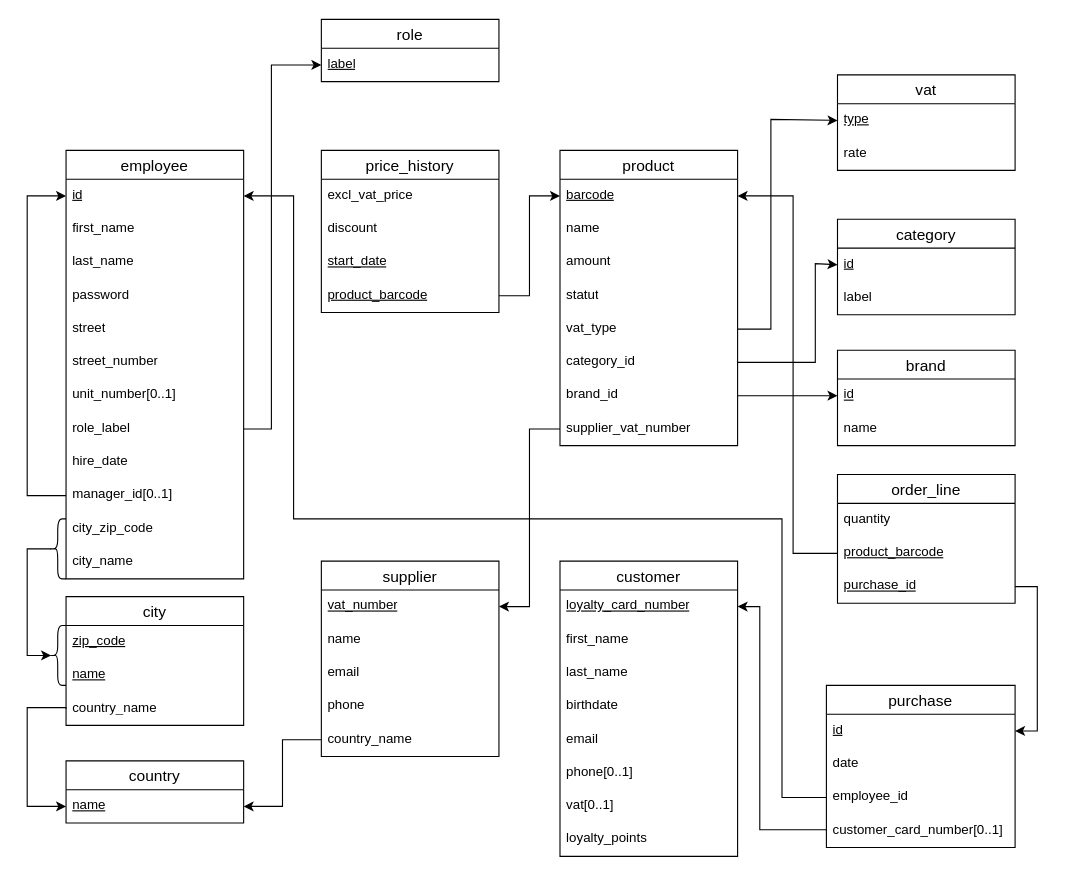
Earlier version of the draw.io diagram docs/DB/Relational_diagram.drawio (maxoux53/petit-bazar). Source tidied: cells renumbered, new cells numbered last; positions are measured from the earlier drawing's top-left corner, leaving out a move shared by most shapes. Both pictures are drawn from the tidied source at 111%, with x=0, y=0 at pixel (27, 19).
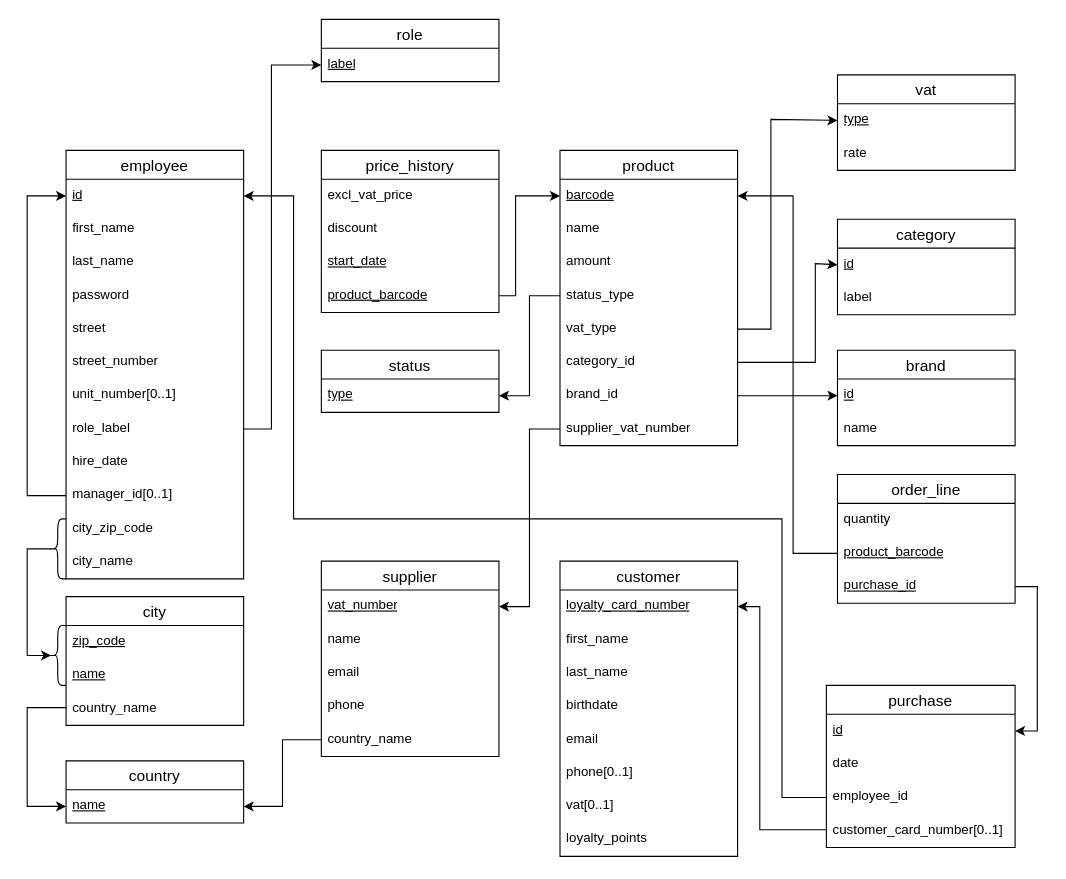
The same diagram, later.

Commit message (it also covers changes not shown here):
new entity + rename "status" + additional fix to a relationship (#17)

The change refers to these unchanged cells:
```xml
<mxCell id="16" value="product" style="swimlane;fontStyle=0;horizontal=1;startSize=26;align=center;fontSize=14;" parent="1" vertex="1">
  <mxGeometry x="480" y="118" width="160" height="266" as="geometry" />
</mxCell>
<mxCell id="17" value="&lt;u&gt;barcode&lt;/u&gt;" style="text;strokeColor=none;fillColor=none;spacingLeft=4;spacingRight=4;overflow=hidden;points=[[0,0.5],[1,0.5]];portConstraint=eastwest;fontSize=12;whiteSpace=wrap;html=1;" parent="16" vertex="1">
  <mxGeometry y="26" width="160" height="30" as="geometry" />
</mxCell>
<mxCell id="44" value="product_barcode" style="text;strokeColor=none;fillColor=none;spacingLeft=4;spacingRight=4;overflow=hidden;points=[[0,0.5],[1,0.5]];portConstraint=eastwest;fontSize=12;whiteSpace=wrap;html=1;fontStyle=4;" parent="40" vertex="1">
  <mxGeometry y="116" width="160" height="30" as="geometry" />
</mxCell>
```

What changed in the source:
```diff
@@
-    <mxCell id="20" value="statut" style="text;strokeColor=none;fillColor=none;spacingLeft=4;spacingRight=4;overflow=hidden;points=[[0,0.5],[1,0.5]];portConstraint=eastwest;fontSize=12;whiteSpace=wrap;html=1;" parent="16" vertex="1">
+    <mxCell id="20" value="status_type" style="text;strokeColor=none;fillColor=none;spacingLeft=4;spacingRight=4;overflow=hidden;points=[[0,0.5],[1,0.5]];portConstraint=eastwest;fontSize=12;whiteSpace=wrap;html=1;" parent="16" vertex="1">
       <mxGeometry y="116" width="160" height="30" as="geometry" />
     </mxCell>
@@
     <mxCell id="85" style="edgeStyle=orthogonalEdgeStyle;rounded=0;jettySize=auto;html=1;exitX=1;exitY=0.5;exitDx=0;exitDy=0;entryX=0;entryY=0.5;entryDx=0;entryDy=0;" parent="1" edge="1" source="44" target="17">
-      <mxGeometry relative="1" as="geometry" />
+      <mxGeometry relative="1" as="geometry">
+        <Array as="points">
+          <mxPoint x="440" y="249" />
+          <mxPoint x="440" y="159" />
+        </Array>
+      </mxGeometry>
     </mxCell>
+    <mxCell id="86" value="status" style="swimlane;fontStyle=0;horizontal=1;startSize=26;align=center;fontSize=14;" parent="1" vertex="1">
+      <mxGeometry x="265" y="298" width="160" height="56" as="geometry" />
+    </mxCell>
+    <mxCell id="87" value="&lt;u&gt;type&lt;/u&gt;" style="text;strokeColor=none;fillColor=none;spacingLeft=4;spacingRight=4;overflow=hidden;points=[[0,0.5],[1,0.5]];portConstraint=eastwest;fontSize=12;whiteSpace=wrap;html=1;" parent="86" vertex="1">
+      <mxGeometry y="26" width="160" height="30" as="geometry" />
+    </mxCell>
+    <mxCell id="88" style="edgeStyle=orthogonalEdgeStyle;rounded=0;jettySize=auto;html=1;exitX=0;exitY=0.5;exitDx=0;exitDy=0;entryX=1;entryY=0.5;entryDx=0;entryDy=0;" parent="1" edge="1" source="20" target="87">
+      <mxGeometry relative="1" as="geometry" />
+    </mxCell>
```
